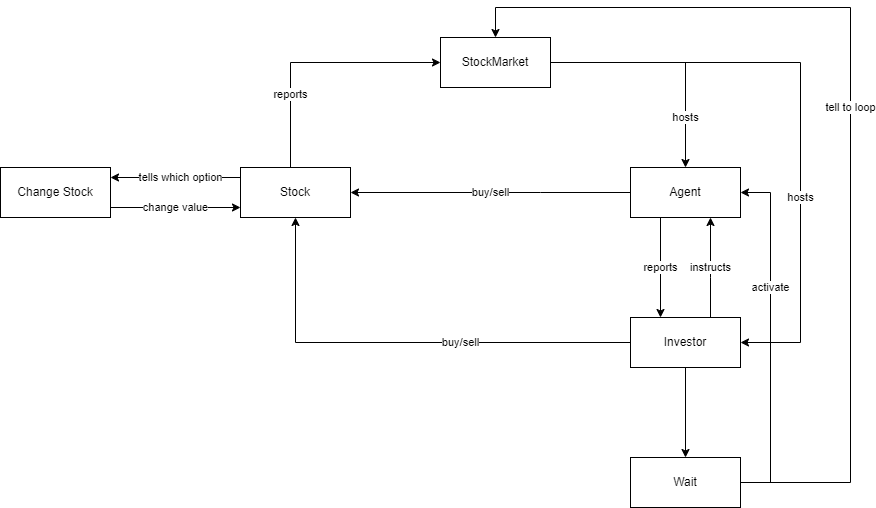
zl8244/StockMarketSim keeps this draw.io diagram as final_project/documentation/system_block_diagram.png. Above is the earlier version. Source tidied: cells renumbered, new cells last; positions are measured from the earlier drawing's top-left corner, leaving out a move shared by most shapes. Source of this version:
```xml
<mxGraphModel>
  <root>
    <mxCell id="0" />
    <mxCell id="1" parent="0" />
    <mxCell id="2" value="hosts" style="edgeStyle=orthogonalEdgeStyle;rounded=0;jettySize=auto;html=1;" parent="1" edge="1" source="4" target="10">
      <mxGeometry x="0.58" relative="1" as="geometry" />
    </mxCell>
    <mxCell id="3" value="hosts" style="edgeStyle=orthogonalEdgeStyle;rounded=0;jettySize=auto;html=1;" parent="1" edge="1" source="4" target="14">
      <mxGeometry x="0.31" relative="1" as="geometry">
        <Array as="points">
          <mxPoint x="800" y="55" />
          <mxPoint x="800" y="335" />
        </Array>
      </mxGeometry>
    </mxCell>
    <mxCell id="4" value="StockMarket" style="html=1;whiteSpace=wrap;" parent="1" vertex="1">
      <mxGeometry x="440" y="30" width="110" height="50" as="geometry" />
    </mxCell>
    <mxCell id="5" value="reports" style="edgeStyle=orthogonalEdgeStyle;rounded=0;jettySize=auto;html=1;" parent="1" edge="1" source="7" target="4">
      <mxGeometry x="-0.43" relative="1" as="geometry">
        <Array as="points">
          <mxPoint x="290" y="55" />
        </Array>
      </mxGeometry>
    </mxCell>
    <mxCell id="6" value="tells which option" style="edgeStyle=orthogonalEdgeStyle;rounded=0;jettySize=auto;html=1;" parent="1" edge="1" source="7" target="19">
      <mxGeometry x="-0.08" relative="1" as="geometry">
        <Array as="points">
          <mxPoint x="180" y="170" />
          <mxPoint x="180" y="170" />
        </Array>
      </mxGeometry>
    </mxCell>
    <mxCell id="7" value="Stock" style="html=1;whiteSpace=wrap;" parent="1" vertex="1">
      <mxGeometry x="240" y="160" width="110" height="50" as="geometry" />
    </mxCell>
    <mxCell id="8" value="reports" style="edgeStyle=orthogonalEdgeStyle;rounded=0;jettySize=auto;html=1;" parent="1" edge="1" source="10" target="14">
      <mxGeometry relative="1" as="geometry">
        <Array as="points">
          <mxPoint x="660" y="260" />
          <mxPoint x="660" y="260" />
        </Array>
      </mxGeometry>
    </mxCell>
    <mxCell id="9" value="buy/sell" style="edgeStyle=orthogonalEdgeStyle;rounded=0;jettySize=auto;html=1;" parent="1" edge="1" source="10" target="7">
      <mxGeometry relative="1" as="geometry">
        <Array as="points">
          <mxPoint x="540" y="185" />
          <mxPoint x="540" y="185" />
        </Array>
      </mxGeometry>
    </mxCell>
    <mxCell id="10" value="Agent" style="html=1;whiteSpace=wrap;" parent="1" vertex="1">
      <mxGeometry x="630" y="160" width="110" height="50" as="geometry" />
    </mxCell>
    <mxCell id="11" value="instructs" style="edgeStyle=orthogonalEdgeStyle;rounded=0;jettySize=auto;html=1;" parent="1" edge="1" source="14" target="10">
      <mxGeometry relative="1" as="geometry">
        <Array as="points">
          <mxPoint x="710" y="270" />
          <mxPoint x="710" y="270" />
        </Array>
      </mxGeometry>
    </mxCell>
    <mxCell id="12" value="buy/sell" style="edgeStyle=orthogonalEdgeStyle;rounded=0;jettySize=auto;html=1;" parent="1" edge="1" source="14" target="7">
      <mxGeometry x="-0.26" relative="1" as="geometry" />
    </mxCell>
    <mxCell id="13" style="edgeStyle=orthogonalEdgeStyle;rounded=0;jettySize=auto;html=1;" parent="1" edge="1" source="14" target="17">
      <mxGeometry relative="1" as="geometry" />
    </mxCell>
    <mxCell id="14" value="Investor" style="html=1;whiteSpace=wrap;" parent="1" vertex="1">
      <mxGeometry x="630" y="310" width="110" height="50" as="geometry" />
    </mxCell>
    <mxCell id="15" value="tell to loop" style="edgeStyle=orthogonalEdgeStyle;rounded=0;jettySize=auto;html=1;" parent="1" edge="1" source="17" target="4">
      <mxGeometry relative="1" as="geometry">
        <Array as="points">
          <mxPoint x="850" y="475" />
          <mxPoint x="850" />
          <mxPoint x="495" />
        </Array>
      </mxGeometry>
    </mxCell>
    <mxCell id="16" value="activate" style="edgeStyle=orthogonalEdgeStyle;rounded=0;jettySize=auto;html=1;" parent="1" edge="1" source="17" target="10">
      <mxGeometry x="0.29" relative="1" as="geometry">
        <Array as="points">
          <mxPoint x="770" y="475" />
          <mxPoint x="770" y="185" />
        </Array>
      </mxGeometry>
    </mxCell>
    <mxCell id="17" value="Wait" style="html=1;whiteSpace=wrap;" parent="1" vertex="1">
      <mxGeometry x="630" y="450" width="110" height="50" as="geometry" />
    </mxCell>
    <mxCell id="18" value="change value" style="edgeStyle=orthogonalEdgeStyle;rounded=0;jettySize=auto;html=1;" parent="1" edge="1" source="19" target="7">
      <mxGeometry relative="1" as="geometry">
        <Array as="points">
          <mxPoint x="170" y="200" />
          <mxPoint x="170" y="200" />
        </Array>
      </mxGeometry>
    </mxCell>
    <mxCell id="19" value="Change Stock" style="html=1;whiteSpace=wrap;" parent="1" vertex="1">
      <mxGeometry y="160" width="110" height="50" as="geometry" />
    </mxCell>
  </root>
</mxGraphModel>
```
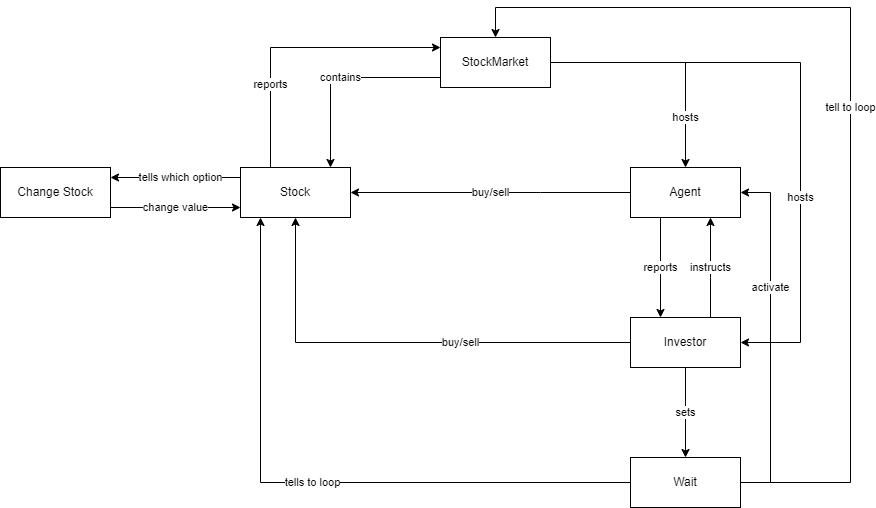
Later version of the same file.

Commit message:
updated system block diagram

What changed in the source:
```diff
@@ -13,13 +13,20 @@
         </Array>
       </mxGeometry>
     </mxCell>
+    <mxCell id="20" value="contains" style="edgeStyle=orthogonalEdgeStyle;rounded=0;jettySize=auto;html=1;" parent="1" edge="1" source="4" target="7">
+      <mxGeometry relative="1" as="geometry">
+        <Array as="points">
+          <mxPoint x="330" y="70" />
+        </Array>
+      </mxGeometry>
+    </mxCell>
     <mxCell id="4" value="StockMarket" style="html=1;whiteSpace=wrap;" parent="1" vertex="1">
       <mxGeometry x="440" y="30" width="110" height="50" as="geometry" />
     </mxCell>
     <mxCell id="5" value="reports" style="edgeStyle=orthogonalEdgeStyle;rounded=0;jettySize=auto;html=1;" parent="1" edge="1" source="7" target="4">
       <mxGeometry x="-0.43" relative="1" as="geometry">
         <Array as="points">
-          <mxPoint x="290" y="55" />
+          <mxPoint x="270" y="40" />
         </Array>
       </mxGeometry>
     </mxCell>
@@ -64,7 +71,7 @@
     <mxCell id="12" value="buy/sell" style="edgeStyle=orthogonalEdgeStyle;rounded=0;jettySize=auto;html=1;" parent="1" edge="1" source="14" target="7">
       <mxGeometry x="-0.26" relative="1" as="geometry" />
     </mxCell>
-    <mxCell id="13" style="edgeStyle=orthogonalEdgeStyle;rounded=0;jettySize=auto;html=1;" parent="1" edge="1" source="14" target="17">
+    <mxCell id="13" value="sets" style="edgeStyle=orthogonalEdgeStyle;rounded=0;jettySize=auto;html=1;" parent="1" edge="1" source="14" target="17">
       <mxGeometry relative="1" as="geometry" />
     </mxCell>
     <mxCell id="14" value="Investor" style="html=1;whiteSpace=wrap;" parent="1" vertex="1">
@@ -87,6 +94,13 @@
         </Array>
       </mxGeometry>
     </mxCell>
+    <mxCell id="21" value="tells to loop" style="edgeStyle=orthogonalEdgeStyle;rounded=0;jettySize=auto;html=1;" parent="1" edge="1" source="17" target="7">
+      <mxGeometry relative="1" as="geometry">
+        <Array as="points">
+          <mxPoint x="260" y="475" />
+        </Array>
+      </mxGeometry>
+    </mxCell>
     <mxCell id="17" value="Wait" style="html=1;whiteSpace=wrap;" parent="1" vertex="1">
       <mxGeometry x="630" y="450" width="110" height="50" as="geometry" />
     </mxCell>
```
